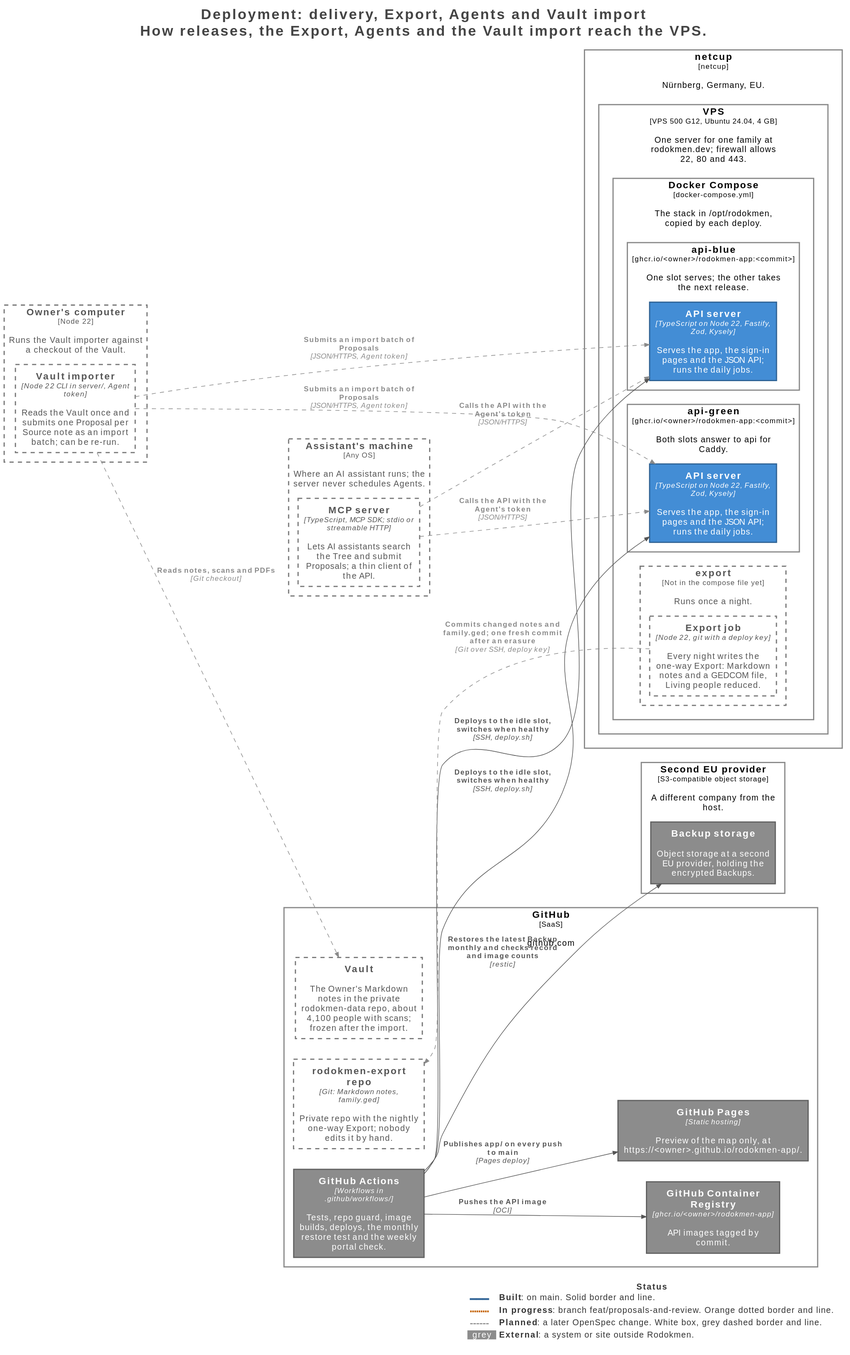
xjrk58/rodokmen-app keeps this PlantUML diagram as docs/architecture/generated/svg/16-deployment-delivery.svg. Above is the earlier version.
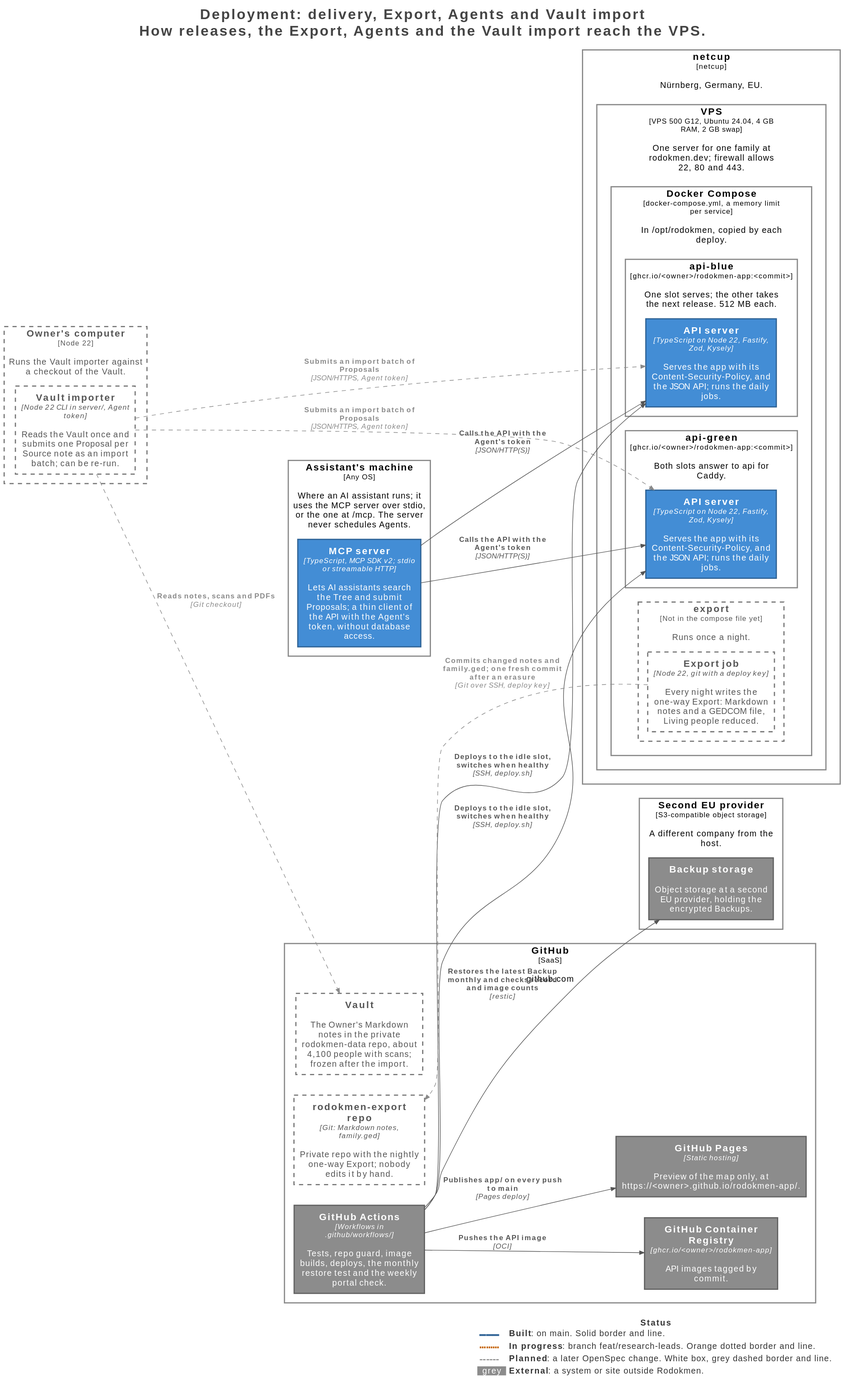
After the change.

Change to the diagram source:
```diff
@@ -24,17 +24,17 @@
 AddElementTag("Software System,External,Built", $bgColor="#8c8c8c", $borderColor="#616161", $fontColor="#ffffff", $sprite="", $shadowing="", $borderStyle="solid", $borderThickness="2")
 AddElementTag("Container,External,Built", $bgColor="#8c8c8c", $borderColor="#616161", $fontColor="#ffffff", $sprite="", $shadowing="", $borderStyle="solid", $borderThickness="2")
 AddElementTag("Container,Planned", $bgColor="#ffffff", $borderColor="#777777", $fontColor="#555555", $sprite="", $shadowing="", $borderStyle="dashed", $borderThickness="2")
+AddElementTag("Deployment Node,Built", $bgColor="#ffffff", $borderColor="#888888", $fontColor="#000000", $sprite="", $shadowing="", $borderStyle="solid", $borderThickness="2")
 AddElementTag("Deployment Node,Planned", $bgColor="#ffffff", $borderColor="#777777", $fontColor="#555555", $sprite="", $shadowing="", $borderStyle="dashed", $borderThickness="2")
-AddElementTag("Deployment Node,Built", $bgColor="#ffffff", $borderColor="#888888", $fontColor="#000000", $sprite="", $shadowing="", $borderStyle="solid", $borderThickness="2")
 AddElementTag("Container,External,Planned", $bgColor="#ffffff", $borderColor="#777777", $fontColor="#555555", $sprite="", $shadowing="", $borderStyle="dashed", $borderThickness="2")
 AddElementTag("Container,Built", $bgColor="#438dd5", $borderColor="#2e6295", $fontColor="#ffffff", $sprite="", $shadowing="", $borderStyle="solid", $borderThickness="2")
 AddElementTag("Software System,External,Planned", $bgColor="#ffffff", $borderColor="#777777", $fontColor="#555555", $sprite="", $shadowing="", $borderStyle="dashed", $borderThickness="2")
 
+AddRelTag("Built", $textColor="#555555", $lineColor="#555555", $lineStyle = "")
 AddRelTag("Planned", $textColor="#8a8a8a", $lineColor="#8a8a8a", $lineStyle = DashedLine())
-AddRelTag("Built", $textColor="#555555", $lineColor="#555555", $lineStyle = "")
 
-Deployment_Node(Production.Assistantsmachine, "Assistant's machine", $type="Any OS", $descr="Where an AI assistant runs; the server never schedules Agents.", $tags="Deployment Node,Planned", $link="") {
-  Container(Production.Assistantsmachine.MCPserver_1, "MCP server", $techn="TypeScript, MCP SDK; stdio or streamable HTTP", $descr="Lets AI assistants search the Tree and submit Proposals; a thin client of the API.", $tags="Container,Planned", $link="")
+Deployment_Node(Production.Assistantsmachine, "Assistant's machine", $type="Any OS", $descr="Where an AI assistant runs; it uses the MCP server over stdio, or the one at /mcp. The server never schedules Agents.", $tags="Deployment Node,Built", $link="") {
+  Container(Production.Assistantsmachine.MCPserver_1, "MCP server", $techn="TypeScript, MCP SDK v2; stdio or streamable HTTP", $descr="Lets AI assistants search the Tree and submit Proposals; a thin client of the API with the Agent's token, without database access.", $tags="Container,Built", $link="")
 }
 
 Deployment_Node(Production.Ownerscomputer, "Owner's computer", $type="Node 22", $descr="Runs the Vault importer against a checkout of the Vault.", $tags="Deployment Node,Planned", $link="") {
@@ -42,14 +42,14 @@
 }
 
 Deployment_Node(Production.netcup, "netcup", $type="netcup", $descr="Nürnberg, Germany, EU.", $tags="Deployment Node,Built", $link="") {
-  Deployment_Node(Production.netcup.VPS, "VPS", $type="VPS 500 G12, Ubuntu 24.04, 4 GB", $descr="One server for one family at rodokmen.dev; firewall allows 22, 80 and 443.", $tags="Deployment Node,Built", $link="") {
-    Deployment_Node(Production.netcup.VPS.DockerCompose, "Docker Compose", $type="docker-compose.yml", $descr="The stack in /opt/rodokmen, copied by each deploy.", $tags="Deployment Node,Built", $link="") {
-      Deployment_Node(Production.netcup.VPS.DockerCompose.apiblue, "api-blue", $type="ghcr.io/<owner>/rodokmen-app:<commit>", $descr="One slot serves; the other takes the next release.", $tags="Deployment Node,Built", $link="") {
-        Container(Production.netcup.VPS.DockerCompose.apiblue.APIserver_1, "API server", $techn="TypeScript on Node 22, Fastify, Zod, Kysely", $descr="Serves the app, the sign-in pages and the JSON API; runs the daily jobs.", $tags="Container,Built", $link="")
+  Deployment_Node(Production.netcup.VPS, "VPS", $type="VPS 500 G12, Ubuntu 24.04, 4 GB RAM, 2 GB swap", $descr="One server for one family at rodokmen.dev; firewall allows 22, 80 and 443.", $tags="Deployment Node,Built", $link="") {
+    Deployment_Node(Production.netcup.VPS.DockerCompose, "Docker Compose", $type="docker-compose.yml, a memory limit per service", $descr="In /opt/rodokmen, copied by each deploy.", $tags="Deployment Node,Built", $link="") {
+      Deployment_Node(Production.netcup.VPS.DockerCompose.apiblue, "api-blue", $type="ghcr.io/<owner>/rodokmen-app:<commit>", $descr="One slot serves; the other takes the next release. 512 MB each.", $tags="Deployment Node,Built", $link="") {
+        Container(Production.netcup.VPS.DockerCompose.apiblue.APIserver_1, "API server", $techn="TypeScript on Node 22, Fastify, Zod, Kysely", $descr="Serves the app with its Content-Security-Policy, and the JSON API; runs the daily jobs.", $tags="Container,Built", $link="")
       }
 
       Deployment_Node(Production.netcup.VPS.DockerCompose.apigreen, "api-green", $type="ghcr.io/<owner>/rodokmen-app:<commit>", $descr="Both slots answer to api for Caddy.", $tags="Deployment Node,Built", $link="") {
-        Container(Production.netcup.VPS.DockerCompose.apigreen.APIserver_1, "API server", $techn="TypeScript on Node 22, Fastify, Zod, Kysely", $descr="Serves the app, the sign-in pages and the JSON API; runs the daily jobs.", $tags="Container,Built", $link="")
+        Container(Production.netcup.VPS.DockerCompose.apigreen.APIserver_1, "API server", $techn="TypeScript on Node 22, Fastify, Zod, Kysely", $descr="Serves the app with its Content-Security-Policy, and the JSON API; runs the daily jobs.", $tags="Container,Built", $link="")
       }
 
       Deployment_Node(Production.netcup.VPS.DockerCompose.export, "export", $type="Not in the compose file yet", $descr="Runs once a night.", $tags="Deployment Node,Planned", $link="") {
@@ -74,9 +74,9 @@
   System(Production.GitHub.Vault_1, "Vault", $descr="The Owner's Markdown notes in the private rodokmen-data repo, about 4,100 people with scans; frozen after the import.", $tags="Software System,External,Planned", $link="")
 }
 
-Rel(Production.Assistantsmachine.MCPserver_1, Production.netcup.VPS.DockerCompose.apiblue.APIserver_1, "Calls the API with the Agent's token", $techn="JSON/HTTPS", $tags="Planned", $link="")
+Rel(Production.Assistantsmachine.MCPserver_1, Production.netcup.VPS.DockerCompose.apiblue.APIserver_1, "Calls the API with the Agent's token", $techn="JSON/HTTP(S)", $tags="Built", $link="")
 Rel(Production.Ownerscomputer.Vaultimporter_1, Production.netcup.VPS.DockerCompose.apiblue.APIserver_1, "Submits an import batch of Proposals", $techn="JSON/HTTPS, Agent token", $tags="Planned", $link="")
-Rel(Production.Assistantsmachine.MCPserver_1, Production.netcup.VPS.DockerCompose.apigreen.APIserver_1, "Calls the API with the Agent's token", $techn="JSON/HTTPS", $tags="Planned", $link="")
+Rel(Production.Assistantsmachine.MCPserver_1, Production.netcup.VPS.DockerCompose.apigreen.APIserver_1, "Calls the API with the Agent's token", $techn="JSON/HTTP(S)", $tags="Built", $link="")
 Rel(Production.Ownerscomputer.Vaultimporter_1, Production.netcup.VPS.DockerCompose.apigreen.APIserver_1, "Submits an import batch of Proposals", $techn="JSON/HTTPS, Agent token", $tags="Planned", $link="")
 Rel(Production.GitHub.GitHubActions_1, Production.netcup.VPS.DockerCompose.apiblue.APIserver_1, "Deploys to the idle slot, switches when healthy", $techn="SSH, deploy.sh", $tags="Built", $link="")
 Rel(Production.GitHub.GitHubActions_1, Production.netcup.VPS.DockerCompose.apigreen.APIserver_1, "Deploys to the idle slot, switches when healthy", $techn="SSH, deploy.sh", $tags="Built", $link="")
```
